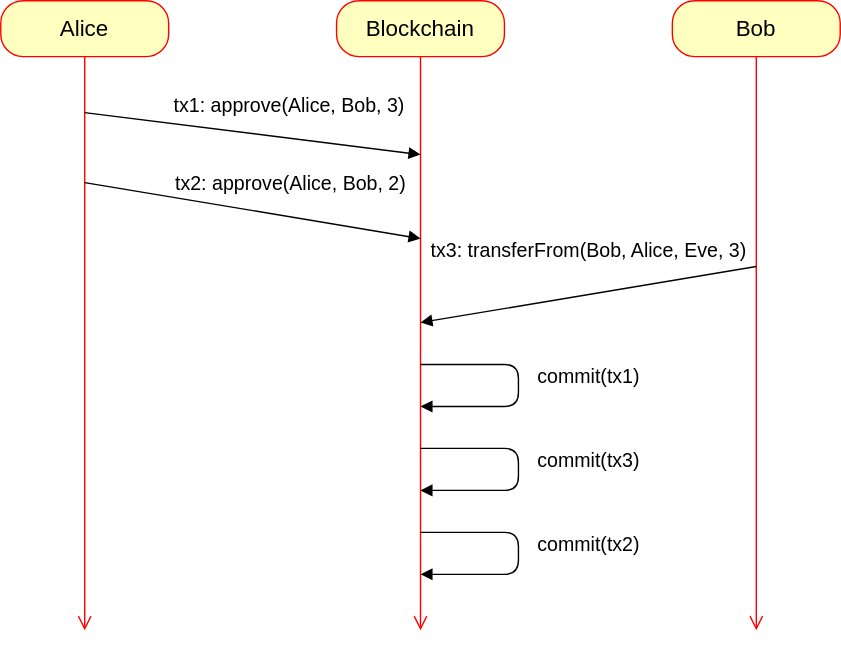
Earlier version of the draw.io export docs/src/tutorials/img/erc20.drawio.svg (apalache-mc/apalache). Source tidied: cells renumbered, new cells last; positions are measured from the earlier drawing's top-left corner, leaving out a move shared by most shapes.
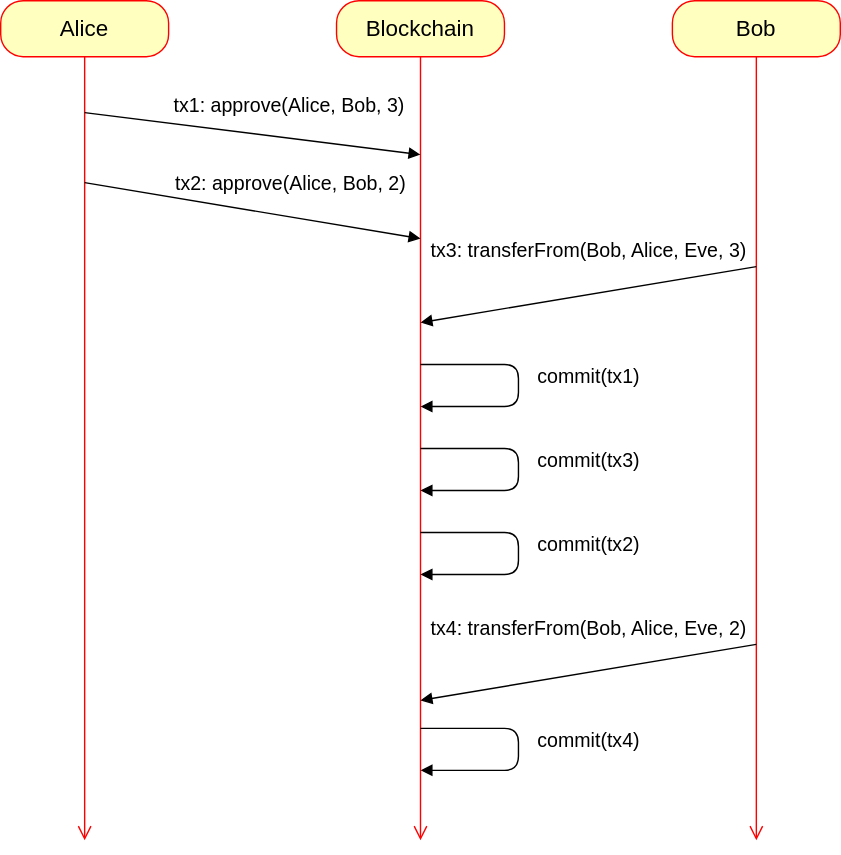
Later version of the same file.

What changed in the source:
```diff
@@ -7,7 +7,7 @@
     </mxCell>
     <mxCell id="3" style="edgeStyle=orthogonalEdgeStyle;html=1;verticalAlign=bottom;endArrow=open;endSize=8;strokeColor=#ff0000;rounded=0;" parent="1" edge="1" source="2">
       <mxGeometry relative="1" as="geometry">
-        <mxPoint x="60" y="450" as="targetPoint" />
+        <mxPoint x="60" y="600" as="targetPoint" />
       </mxGeometry>
     </mxCell>
     <mxCell id="4" value="Blockchain" style="rounded=1;whiteSpace=wrap;html=1;arcSize=40;fontColor=#000000;fillColor=#ffffc0;strokeColor=#ff0000;fontSize=16;" parent="1" vertex="1">
@@ -15,7 +15,7 @@
     </mxCell>
     <mxCell id="5" style="edgeStyle=orthogonalEdgeStyle;html=1;verticalAlign=bottom;endArrow=open;endSize=8;strokeColor=#ff0000;rounded=0;" parent="1" edge="1" source="4">
       <mxGeometry relative="1" as="geometry">
-        <mxPoint x="300" y="450" as="targetPoint" />
+        <mxPoint x="300" y="600" as="targetPoint" />
       </mxGeometry>
     </mxCell>
     <mxCell id="6" value="tx1: approve(Alice, Bob, 3)" style="html=1;verticalAlign=bottom;endArrow=block;rounded=0;fontSize=14;" parent="1" edge="1">
@@ -29,7 +29,7 @@
     </mxCell>
     <mxCell id="8" style="edgeStyle=orthogonalEdgeStyle;html=1;verticalAlign=bottom;endArrow=open;endSize=8;strokeColor=#ff0000;rounded=0;" parent="1" edge="1" source="7">
       <mxGeometry relative="1" as="geometry">
-        <mxPoint x="540" y="450" as="targetPoint" />
+        <mxPoint x="540" y="600" as="targetPoint" />
       </mxGeometry>
     </mxCell>
     <mxCell id="9" value="tx2: approve(Alice, Bob, 2)" style="html=1;verticalAlign=bottom;endArrow=block;rounded=0;fontSize=14;" parent="1" edge="1">
@@ -74,5 +74,21 @@
         </Array>
       </mxGeometry>
     </mxCell>
+    <mxCell id="14" value="tx4: transferFrom(Bob, Alice, Eve, 2)" style="html=1;verticalAlign=bottom;endArrow=block;rounded=0;fontSize=14;" parent="1" edge="1">
+      <mxGeometry x="-0.03" y="-20" relative="1" as="geometry">
+        <mxPoint x="540" y="460" as="sourcePoint" />
+        <mxPoint x="300" y="500" as="targetPoint" />
+      </mxGeometry>
+    </mxCell>
+    <mxCell id="15" value="commit(tx4)" style="html=1;verticalAlign=bottom;endArrow=block;fontSize=14;rounded=1;" parent="1" edge="1">
+      <mxGeometry x="0.06" y="50" relative="1" as="geometry">
+        <mxPoint x="300" y="520" as="sourcePoint" />
+        <mxPoint x="300" y="550" as="targetPoint" />
+        <Array as="points">
+          <mxPoint x="370" y="520" />
+          <mxPoint x="370" y="550" />
+        </Array>
+      </mxGeometry>
+    </mxCell>
   </root>
 </mxGraphModel>
```
